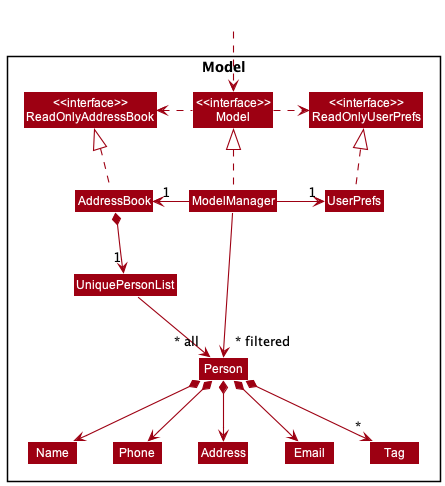
The PlantUML diagram docs/images/ModelClassDiagram.png in nus-cs2103-AY2223S2/tp, before a commit. Its source is kept beside it as docs/diagrams/ModelClassDiagram.puml.
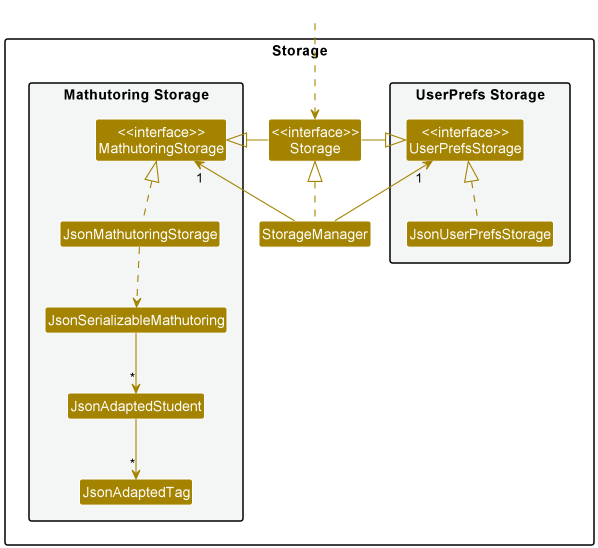
The same diagram one commit later.

What changed in the source:
```diff
@@ -5,46 +5,51 @@
 skinparam classBackgroundColor MODEL_COLOR
 
 Package Model <<Rectangle>>{
-Class "<<interface>>\nReadOnlyAddressBook" as ReadOnlyAddressBook
+Class "<<interface>>\nReadOnlyMathutoring" as ReadOnlyMathutoring
 Class "<<interface>>\nReadOnlyUserPrefs" as ReadOnlyUserPrefs
 Class "<<interface>>\nModel" as Model
-Class AddressBook
+Class Mathutoring
 Class ModelManager
 Class UserPrefs
 
-Class UniquePersonList
-Class Person
+Class UniqueStudentList
+Class Student
 Class Address
 Class Email
 Class Name
 Class Phone
 Class Tag
+Class UniqueScoreList
+Class UniqueTaskList
 
 }
 
 Class HiddenOutside #FFFFFF
 HiddenOutside ..> Model
 
-AddressBook .up.|> ReadOnlyAddressBook
+Mathutoring .up.|> ReadOnlyMathutoring
 
 ModelManager .up.|> Model
 Model .right.> ReadOnlyUserPrefs
-Model .left.> ReadOnlyAddressBook
-ModelManager -left-> "1" AddressBook
+Model .left.> ReadOnlyMathutoring
+ModelManager -left-> "1" Mathutoring
 ModelManager -right-> "1" UserPrefs
 UserPrefs .up.|> ReadOnlyUserPrefs
 
-AddressBook *--> "1" UniquePersonList
-UniquePersonList --> "~* all" Person
-Person *--> Name
-Person *--> Phone
-Person *--> Email
-Person *--> Address
-Person *--> "*" Tag
+Mathutoring *--> "1" UniqueStudentList
+UniqueStudentList --> "~* all" Student
+
+Student *--> Name
+Student *--> Phone
+Student *--> Email
+Student *--> Address
+Student *--> "*" Tag
+Student *--> UniqueTaskList
+Student *--> UniqueScoreList
 
 Name -[hidden]right-> Phone
 Phone -[hidden]right-> Address
 Address -[hidden]right-> Email
 
-ModelManager -->"~* filtered" Person
+ModelManager -->"~* filtered" Student
 @enduml
```
